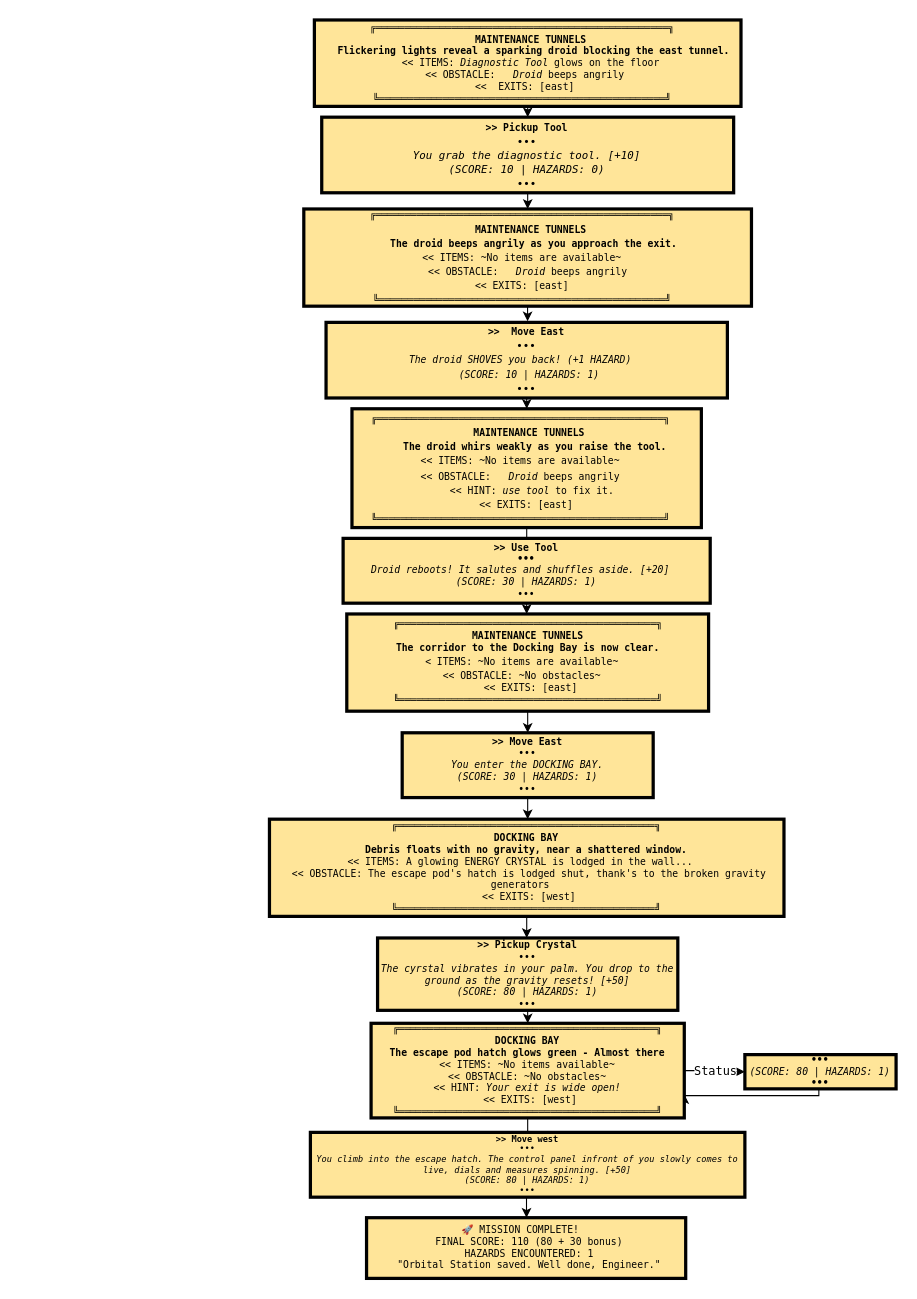
Above: Docs/RPG AT2 Storyboard.drawio in Tinor2/11SE-2025-PartA-RonitBhandari (draw.io), before the change. Source tidied: cells renumbered, new cells numbered last; positions are measured from the earlier drawing's top-left corner, leaving out a move shared by most shapes. Both pictures are drawn from the tidied source at 108%, with x=0, y=0 at pixel (269, 19).
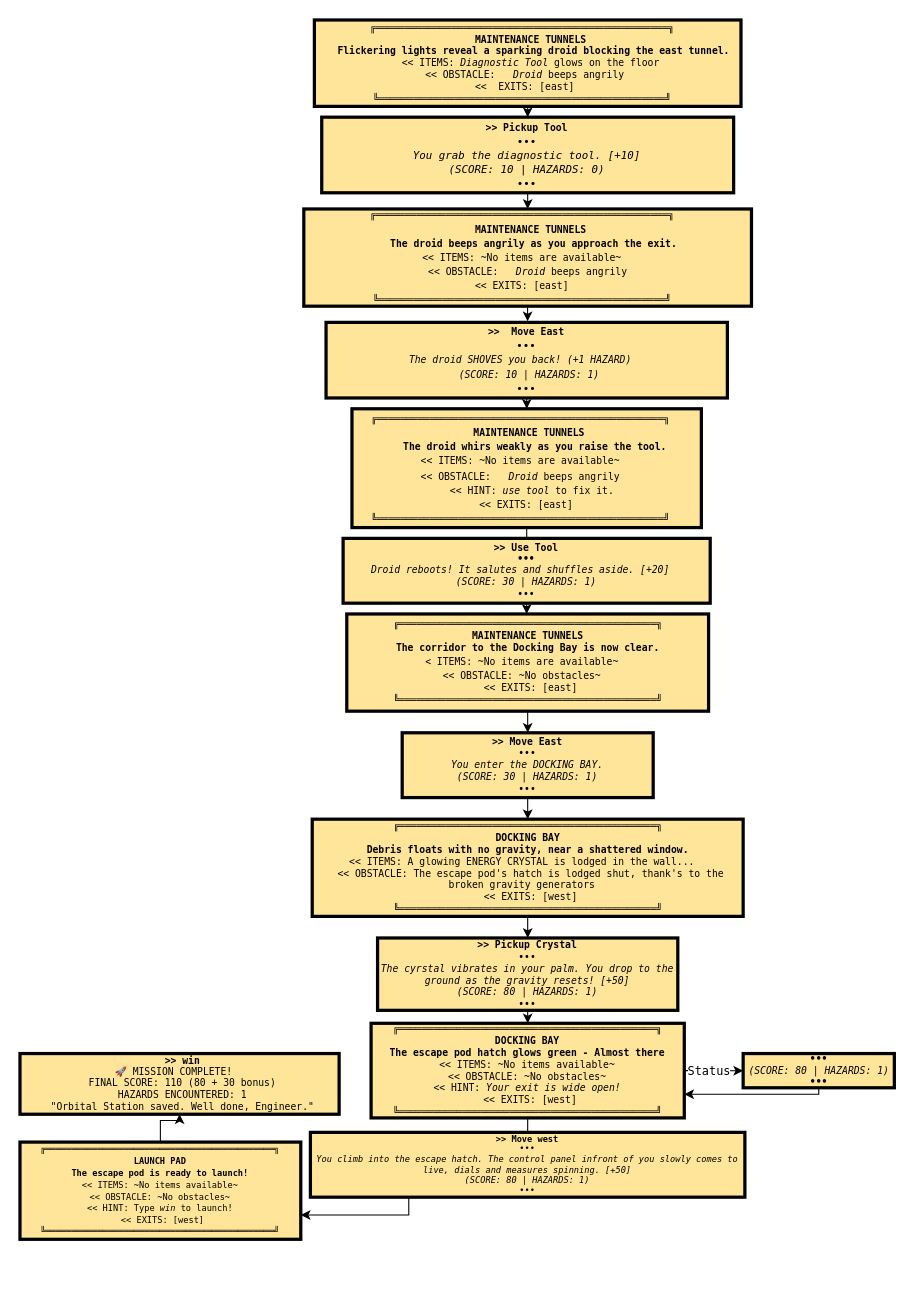
Above is the later version.

Commit message (it also covers changes not shown here):
Added a UML class diagram

The change refers to these unchanged cells:
```xml
<mxCell id="16" style="edgeStyle=orthogonalEdgeStyle;rounded=0;jettySize=auto;html=1;fontFamily=Menlo, Roboto Mono, Courier New, Courier, monospace, Inter, sans-serif;exitX=1;exitY=0.5;exitDx=0;exitDy=0;" parent="1" edge="1" source="28" target="19">
  <mxGeometry relative="1" as="geometry" />
</mxCell>
<mxCell id="28" value="&lt;div style=&quot;overflow: auto; padding: 9.144px 13.716px; word-break: break-all; margin: 0px !important;&quot;&gt;&lt;font&gt;&lt;span style=&quot;text-wrap-mode: wrap;&quot;&gt;╔════════════════════════════════════════════╗  &lt;br&gt;   &lt;/span&gt;&lt;b style=&quot;text-wrap-mode: wrap;&quot;&gt;DOCKING BAY &lt;br&gt;   &lt;/b&gt;&lt;span style=&quot;text-wrap-mode: wrap;&quot;&gt;&lt;b style=&quot;&quot;&gt;&lt;i&gt; &lt;/i&gt;The escape pod hatch glows green - Almost there &lt;/b&gt;&lt;/span&gt;&lt;span style=&quot;text-wrap-mode: wrap;&quot;&gt;  &lt;br&gt;&lt;/span&gt;&lt;/font&gt;&lt;div style=&quot;&quot;&gt;&lt;div style=&quot;&quot;&gt;&lt;font style=&quot;font-size: 9px; white-space: normal;&quot;&gt;&amp;lt;&amp;lt; ITEMS: ~No items available~&lt;/font&gt;&lt;/div&gt;&lt;span style=&quot;font-size: 9px; white-space: normal; background-color: transparent; color: light-dark(rgb(0, 0, 0), rgb(255, 255, 255));&quot;&gt;&amp;nbsp;&amp;lt;&amp;lt; OBSTACLE: ~No obstacles~&lt;/span&gt;&lt;font style=&quot;font-size: 9px; white-space: normal;&quot;&gt;&amp;nbsp;&lt;/font&gt;&lt;/div&gt;&lt;div style=&quot;&quot;&gt;&lt;font style=&quot;font-size: 9px; white-space: normal;&quot;&gt;&amp;lt;&amp;lt; HINT: &lt;i&gt;Your exit is wide open!&lt;/i&gt;&lt;/font&gt;&lt;/div&gt;&amp;nbsp;&lt;span style=&quot;white-space: normal; background-color: transparent; color: light-dark(rgb(0, 0, 0), rgb(255, 255, 255));&quot;&gt;&amp;lt;&amp;lt; EXITS: [west]&lt;/span&gt;&lt;font&gt;&lt;span style=&quot;text-wrap-mode: wrap;&quot;&gt; &lt;br&gt;╚════════════════════════════════════════════╝  &lt;/span&gt;&lt;/font&gt;&lt;/div&gt;" style="whiteSpace=wrap;html=1;fontSize=9;rounded=0;fillColor=#FFE599;strokeWidth=3;align=center;fontFamily=Menlo, Roboto Mono, Courier New, Courier, monospace, Inter, sans-serif;" parent="1" vertex="1">
  <mxGeometry x="94.1" y="929" width="290" height="87.6" as="geometry" />
</mxCell>
<mxCell id="30" value="&lt;font&gt;&lt;b&gt;&amp;gt;&amp;gt; Move west&lt;br&gt;&lt;/b&gt;&lt;i style=&quot;background-color: transparent;&quot;&gt;&lt;font&gt;•••&lt;/font&gt;&lt;/i&gt;&lt;br&gt;&lt;i&gt;You climb into the escape hatch. The control panel infront of you slowly comes to live, dials and measures spinning. [+50]&lt;br&gt;(SCORE: 80 | HAZARDS: 1)&lt;br&gt;&lt;/i&gt;&lt;i style=&quot;background-color: transparent;&quot;&gt;&lt;font&gt;•••&lt;/font&gt;&lt;/i&gt;&lt;/font&gt;" style="whiteSpace=wrap;html=1;fontSize=8;rounded=0;fillColor=#FFE599;strokeWidth=3;fontFamily=Menlo, Roboto Mono, Courier New, Courier, monospace, Inter, sans-serif;" parent="1" vertex="1">
  <mxGeometry x="37.9" y="1030" width="402.3" height="60" as="geometry" />
</mxCell>
```

Change to the diagram source:
```diff
@@
     <mxCell id="17" value="Status" style="edgeLabel;html=1;align=center;verticalAlign=middle;fontFamily=Menlo, Roboto Mono, Courier New, Courier, monospace, Inter, sans-serif;" parent="16" vertex="1">
       <mxGeometry x="-0.4" y="1" relative="1" as="geometry">
-        <mxPoint x="11" y="1" as="offset" />
+        <mxPoint x="6" y="1" as="offset" />
       </mxGeometry>
     </mxCell>
-    <mxCell id="18" style="edgeStyle=orthogonalEdgeStyle;rounded=0;jettySize=auto;html=1;entryX=1;entryY=0.75;entryDx=0;entryDy=0;fontFamily=Menlo, Roboto Mono, Courier New, Courier, monospace, Inter, sans-serif;" parent="1" edge="1" source="19" target="28">
+    <mxCell id="18" style="edgeStyle=orthogonalEdgeStyle;rounded=0;jettySize=auto;html=1;fontFamily=Menlo, Roboto Mono, Courier New, Courier, monospace, Inter, sans-serif;entryX=1;entryY=0.75;entryDx=0;entryDy=0;" parent="1" edge="1" source="19" target="28">
       <mxGeometry relative="1" as="geometry">
         <Array as="points">
-          <mxPoint x="508.7" y="996" />
+          <mxPoint x="509" y="995" />
+          <mxPoint x="384" y="995" />
         </Array>
       </mxGeometry>
     </mxCell>
     <mxCell id="19" value="&lt;b style=&quot;&quot;&gt;•••&lt;/b&gt;&lt;i&gt;&lt;br&gt;(SCORE: 80 | HAZARDS: 1)&lt;br&gt;&lt;/i&gt;&lt;b style=&quot;&quot;&gt;•••&lt;/b&gt;&lt;i&gt;&lt;/i&gt;" style="whiteSpace=wrap;html=1;fontSize=9;fillColor=#FFE599;rounded=0;strokeWidth=3;fontFamily=Menlo, Roboto Mono, Courier New, Courier, monospace, Inter, sans-serif;" parent="1" vertex="1">
-      <mxGeometry x="440.2" y="958" width="140" height="31.7" as="geometry" />
+      <mxGeometry x="438.6" y="957" width="140" height="31.7" as="geometry" />
     </mxCell>
-    <mxCell id="20" value="&lt;div&gt;🚀 MISSION COMPLETE!&amp;nbsp;&amp;nbsp;&lt;/div&gt;&lt;div&gt;&amp;nbsp; &amp;nbsp;FINAL SCORE: 110 (80 + 30 bonus)&amp;nbsp;&amp;nbsp;&lt;/div&gt;&lt;div&gt;&amp;nbsp; &amp;nbsp;HAZARDS ENCOUNTERED: 1&amp;nbsp;&amp;nbsp;&lt;/div&gt;&lt;div&gt;&amp;nbsp; &amp;nbsp;&quot;Orbital Station saved. Well done, Engineer.&quot;&amp;nbsp;&amp;nbsp;&lt;/div&gt;" style="whiteSpace=wrap;html=1;fontSize=9;fillColor=#FFE599;rounded=0;strokeWidth=3;fontFamily=Menlo, Roboto Mono, Courier New, Courier, monospace, Inter, sans-serif;" parent="1" vertex="1">
-      <mxGeometry x="89.9" y="1109" width="295.5" height="56.2" as="geometry" />
+    <mxCell id="20" value="&lt;div&gt;&amp;nbsp;&lt;b&gt;&amp;gt;&amp;gt; win&lt;/b&gt;&lt;br&gt;🚀 MISSION COMPLETE!&amp;nbsp;&amp;nbsp;&lt;/div&gt;&lt;div&gt;&amp;nbsp; &amp;nbsp;FINAL SCORE: 110 (80 + 30 bonus)&amp;nbsp;&amp;nbsp;&lt;/div&gt;&lt;div&gt;&amp;nbsp; &amp;nbsp;HAZARDS ENCOUNTERED: 1&amp;nbsp;&amp;nbsp;&lt;/div&gt;&lt;div&gt;&amp;nbsp; &amp;nbsp;&quot;Orbital Station saved. Well done, Engineer.&quot;&amp;nbsp;&amp;nbsp;&lt;/div&gt;" style="whiteSpace=wrap;html=1;fontSize=9;fillColor=#FFE599;rounded=0;strokeWidth=3;fontFamily=Menlo, Roboto Mono, Courier New, Courier, monospace, Inter, sans-serif;" parent="1" vertex="1">
+      <mxGeometry x="-231" y="957" width="295.5" height="56.2" as="geometry" />
     </mxCell>
@@
     <mxCell id="24" value="&lt;div style=&quot;overflow: auto; padding: 9.144px 13.716px; word-break: break-all; margin: 0px !important;&quot;&gt;&lt;font&gt;&lt;span style=&quot;text-wrap-mode: wrap;&quot;&gt;╔════════════════════════════════════════════╗  &lt;br&gt;   &lt;/span&gt;&lt;b style=&quot;text-wrap-mode: wrap;&quot;&gt;DOCKING BAY &lt;br&gt;   &lt;/b&gt;&lt;span style=&quot;text-wrap-mode: wrap;&quot;&gt;&lt;b style=&quot;&quot;&gt;&lt;i&gt; &lt;/i&gt;Debris floats with no gravity, near a shattered window. &lt;/b&gt;&lt;/span&gt;&lt;span style=&quot;text-wrap-mode: wrap;&quot;&gt;  &lt;br&gt;&lt;/span&gt;&lt;/font&gt;&lt;div style=&quot;&quot;&gt;&lt;div style=&quot;&quot;&gt;&lt;font style=&quot;font-size: 9px; white-space: normal;&quot;&gt;&amp;lt;&amp;lt; ITEMS:&amp;nbsp;&lt;/font&gt;&lt;span style=&quot;background-color: transparent; white-space: normal;&quot;&gt;&lt;font&gt;A glowing ENERGY CRYSTAL is lodged in the wall...&lt;/font&gt;&lt;/span&gt;&lt;span style=&quot;font-size: 9px; white-space: normal; background-color: transparent; color: light-dark(rgb(0, 0, 0), rgb(255, 255, 255));&quot;&gt;&amp;nbsp;&amp;nbsp;&lt;/span&gt;&lt;/div&gt;&lt;span style=&quot;font-size: 9px; white-space: normal; background-color: transparent; color: light-dark(rgb(0, 0, 0), rgb(255, 255, 255));&quot;&gt;&amp;nbsp;&amp;lt;&amp;lt; OBSTACLE: The escape pod's hatch is lodged shut, thank's to the broken gravity generators&lt;/span&gt;&lt;font style=&quot;font-size: 9px; white-space: normal;&quot;&gt;&amp;nbsp;&amp;nbsp;&lt;/font&gt;&lt;/div&gt;&amp;nbsp;&lt;span style=&quot;white-space: normal; background-color: transparent; color: light-dark(rgb(0, 0, 0), rgb(255, 255, 255));&quot;&gt;&amp;lt;&amp;lt; EXITS: [west]&lt;/span&gt;&lt;font&gt;&lt;span style=&quot;text-wrap-mode: wrap;&quot;&gt; &lt;br&gt;╚════════════════════════════════════════════╝  &lt;/span&gt;&lt;/font&gt;&lt;/div&gt;" style="whiteSpace=wrap;html=1;fontSize=9;rounded=0;fillColor=#FFE599;strokeWidth=3;align=center;fontFamily=Menlo, Roboto Mono, Courier New, Courier, monospace, Inter, sans-serif;" parent="1" vertex="1">
-      <mxGeometry y="740" width="476.4" height="90" as="geometry" />
+      <mxGeometry x="39.6" y="740" width="399" height="90" as="geometry" />
     </mxCell>
@@
-    <mxCell id="29" style="edgeStyle=orthogonalEdgeStyle;rounded=0;jettySize=auto;html=1;" parent="1" edge="1" source="30" target="20">
-      <mxGeometry relative="1" as="geometry">
-        <Array as="points">
-          <mxPoint x="238" y="1099" />
-          <mxPoint x="238" y="1099" />
-        </Array>
-      </mxGeometry>
-    </mxCell>
+    <mxCell id="31" style="edgeStyle=orthogonalEdgeStyle;rounded=0;jettySize=auto;html=1;entryX=1;entryY=0.75;entryDx=0;entryDy=0;" parent="1" edge="1" source="30" target="33">
+      <mxGeometry relative="1" as="geometry">
+        <Array as="points">
+          <mxPoint x="129" y="1106" />
+        </Array>
+      </mxGeometry>
+    </mxCell>
@@
+    <mxCell id="32" style="edgeStyle=orthogonalEdgeStyle;rounded=0;jettySize=auto;html=1;entryX=0.5;entryY=1;entryDx=0;entryDy=0;" parent="1" edge="1" source="33" target="20">
+      <mxGeometry relative="1" as="geometry" />
+    </mxCell>
+    <mxCell id="33" value="&lt;div style=&quot;overflow: auto; padding: 9.144px 13.716px; word-break: break-all; margin: 0px !important;&quot;&gt;&lt;font style=&quot;font-size: 8px;&quot;&gt;&lt;span style=&quot;text-wrap-mode: wrap;&quot;&gt;╔════════════════════════════════════════════╗  &lt;br&gt;&lt;/span&gt;&lt;b style=&quot;text-wrap-mode: wrap;&quot;&gt;LAUNCH PAD&lt;br&gt;&lt;/b&gt;&lt;span style=&quot;text-wrap-mode: wrap;&quot;&gt;&lt;b&gt;The escape pod is ready to launch!&lt;/b&gt;&lt;br&gt;&lt;/span&gt;&lt;/font&gt;&lt;div style=&quot;&quot;&gt;&lt;div style=&quot;&quot;&gt;&lt;font style=&quot;white-space: normal; font-size: 8px;&quot;&gt;&amp;lt;&amp;lt; ITEMS: ~No items available~&lt;/font&gt;&lt;/div&gt;&lt;font style=&quot;font-size: 8px;&quot;&gt;&lt;span style=&quot;white-space: normal; background-color: transparent; color: light-dark(rgb(0, 0, 0), rgb(255, 255, 255));&quot;&gt;&amp;nbsp;&amp;lt;&amp;lt; OBSTACLE: ~No obstacles~&lt;/span&gt;&lt;font style=&quot;white-space: normal;&quot;&gt;&amp;nbsp;&lt;/font&gt;&lt;/font&gt;&lt;/div&gt;&lt;div style=&quot;&quot;&gt;&lt;font style=&quot;white-space: normal; font-size: 8px;&quot;&gt;&amp;lt;&amp;lt; HINT: Type&lt;i&gt;&amp;nbsp;win &lt;/i&gt;to launch!&lt;/font&gt;&lt;/div&gt;&lt;font style=&quot;font-size: 8px;&quot;&gt;&amp;nbsp;&lt;span style=&quot;white-space: normal; background-color: transparent; color: light-dark(rgb(0, 0, 0), rgb(255, 255, 255));&quot;&gt;&amp;lt;&amp;lt; EXITS: [west]&lt;/span&gt;&lt;font&gt;&lt;span style=&quot;text-wrap-mode: wrap;&quot;&gt; &lt;br&gt;╚════════════════════════════════════════════╝  &lt;/span&gt;&lt;/font&gt;&lt;/font&gt;&lt;/div&gt;" style="whiteSpace=wrap;html=1;fontSize=9;rounded=0;fillColor=#FFE599;strokeWidth=3;align=center;fontFamily=Menlo, Roboto Mono, Courier New, Courier, monospace, Inter, sans-serif;" parent="1" vertex="1">
+      <mxGeometry x="-231" y="1039" width="260" height="90" as="geometry" />
+    </mxCell>
```
